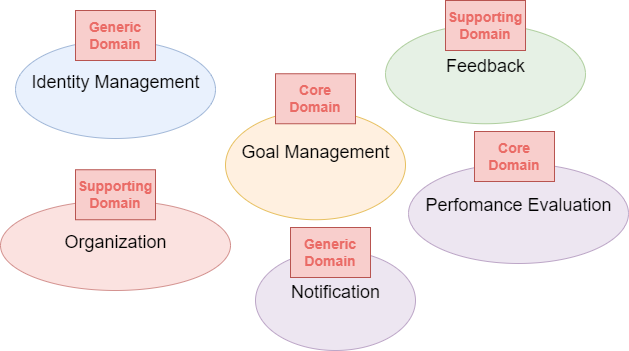
Earlier version of the draw.io export ddd/goal-management-system/docs/StrategicDesign.png (DTVegaArchChapter/Architecture). Source tidied: cells renumbered, new cells last; positions are measured from the earlier drawing's top-left corner, leaving out a move shared by most shapes. The source it was exported from:
```xml
<mxGraphModel>
  <root>
    <mxCell id="0" />
    <mxCell id="1" parent="0" />
    <mxCell id="2" value="Goal Management" style="ellipse;fillColor=#ffe6cc;opacity=60;strokeColor=#d79b00;html=1;fontSize=18;verticalAlign=top;spacingTop=25;" parent="1" vertex="1">
      <mxGeometry x="225" y="110" width="180" height="109.2" as="geometry" />
    </mxCell>
    <mxCell id="3" value="&lt;font style=&quot;font-size: 18px;&quot;&gt;Identity Management&lt;/font&gt;" style="ellipse;fillColor=#dae8fc;opacity=60;strokeColor=#6c8ebf;html=1;verticalAlign=top;spacingTop=25;" parent="1" vertex="1">
      <mxGeometry x="15" y="40" width="200" height="98" as="geometry" />
    </mxCell>
    <mxCell id="4" value="&lt;font style=&quot;font-size: 18px;&quot;&gt;Organization&lt;/font&gt;" style="ellipse;fillColor=#f8cecc;opacity=60;strokeColor=#b85450;html=1;verticalAlign=top;spacingTop=25;" parent="1" vertex="1">
      <mxGeometry y="200" width="230" height="90" as="geometry" />
    </mxCell>
    <mxCell id="5" value="Feedback" style="ellipse;fillColor=#d5e8d4;opacity=60;strokeColor=#82b366;html=1;fontSize=18;verticalAlign=top;spacingTop=25;" parent="1" vertex="1">
      <mxGeometry x="385" y="24" width="200" height="99.2" as="geometry" />
    </mxCell>
    <mxCell id="6" value="Perfomance Evaluation" style="ellipse;fillColor=#e1d5e7;opacity=60;strokeColor=#9673a6;html=1;fontSize=18;verticalAlign=top;spacingTop=25;" parent="1" vertex="1">
      <mxGeometry x="408" y="163" width="220" height="100" as="geometry" />
    </mxCell>
    <mxCell id="7" value="Notification" style="ellipse;fillColor=#e1d5e7;opacity=60;strokeColor=#9673a6;html=1;fontSize=18;verticalAlign=top;spacingTop=25;" parent="1" vertex="1">
      <mxGeometry x="255" y="250" width="160" height="100" as="geometry" />
    </mxCell>
    <mxCell id="8" value="Generic Domain" style="text;html=1;strokeColor=#b85450;fillColor=#f8cecc;align=center;verticalAlign=middle;whiteSpace=wrap;rounded=0;fontStyle=1;fontColor=#EA6B66;fontSize=14;" parent="1" vertex="1">
      <mxGeometry x="75" y="10" width="80" height="50" as="geometry" />
    </mxCell>
    <mxCell id="9" value="Generic Domain" style="text;html=1;strokeColor=#b85450;fillColor=#f8cecc;align=center;verticalAlign=middle;whiteSpace=wrap;rounded=0;fontStyle=1;fontColor=#EA6B66;fontSize=14;" parent="1" vertex="1">
      <mxGeometry x="290" y="227" width="80" height="50" as="geometry" />
    </mxCell>
    <mxCell id="10" value="Supporting Domain" style="text;html=1;strokeColor=#b85450;fillColor=#f8cecc;align=center;verticalAlign=middle;whiteSpace=wrap;rounded=0;fontStyle=1;fontColor=#EA6B66;fontSize=14;" parent="1" vertex="1">
      <mxGeometry x="75" y="169.2" width="80" height="50" as="geometry" />
    </mxCell>
    <mxCell id="11" value="Supporting Domain" style="text;html=1;strokeColor=#b85450;fillColor=#f8cecc;align=center;verticalAlign=middle;whiteSpace=wrap;rounded=0;fontStyle=1;fontColor=#EA6B66;fontSize=14;" parent="1" vertex="1">
      <mxGeometry x="445" width="80" height="50" as="geometry" />
    </mxCell>
    <mxCell id="12" value="Core Domain" style="text;html=1;strokeColor=#b85450;fillColor=#f8cecc;align=center;verticalAlign=middle;whiteSpace=wrap;rounded=0;fontStyle=1;fontColor=#EA6B66;fontSize=14;" parent="1" vertex="1">
      <mxGeometry x="275" y="73.2" width="80" height="50" as="geometry" />
    </mxCell>
    <mxCell id="13" value="Core Domain" style="text;html=1;strokeColor=#b85450;fillColor=#f8cecc;align=center;verticalAlign=middle;whiteSpace=wrap;rounded=0;fontStyle=1;fontColor=#EA6B66;fontSize=14;" parent="1" vertex="1">
      <mxGeometry x="474" y="131" width="80" height="50" as="geometry" />
    </mxCell>
  </root>
</mxGraphModel>
```
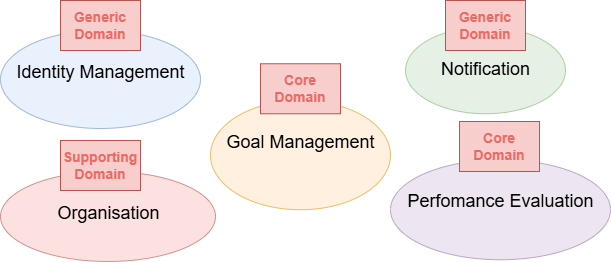
After the change.

Commit message:
docs: :memo: update README to remove feedback section

* Removed the feedback section as it is not the main focus of the Goal Management application.
* Clarified the role of notifications within the system.
* Updated strategic design and organization class diagrams.

The edit, as a diff of the source:
```diff
@@ -8,30 +8,24 @@
     <mxCell id="3" value="&lt;font style=&quot;font-size: 18px;&quot;&gt;Identity Management&lt;/font&gt;" style="ellipse;fillColor=#dae8fc;opacity=60;strokeColor=#6c8ebf;html=1;verticalAlign=top;spacingTop=25;" parent="1" vertex="1">
       <mxGeometry x="15" y="40" width="200" height="98" as="geometry" />
     </mxCell>
-    <mxCell id="4" value="&lt;font style=&quot;font-size: 18px;&quot;&gt;Organization&lt;/font&gt;" style="ellipse;fillColor=#f8cecc;opacity=60;strokeColor=#b85450;html=1;verticalAlign=top;spacingTop=25;" parent="1" vertex="1">
-      <mxGeometry y="200" width="230" height="90" as="geometry" />
+    <mxCell id="4" value="&lt;font style=&quot;font-size: 18px;&quot;&gt;Organisation&lt;/font&gt;" style="ellipse;fillColor=#f8cecc;opacity=60;strokeColor=#b85450;html=1;verticalAlign=top;spacingTop=25;" parent="1" vertex="1">
+      <mxGeometry x="15" y="181" width="215" height="90" as="geometry" />
     </mxCell>
-    <mxCell id="5" value="Feedback" style="ellipse;fillColor=#d5e8d4;opacity=60;strokeColor=#82b366;html=1;fontSize=18;verticalAlign=top;spacingTop=25;" parent="1" vertex="1">
-      <mxGeometry x="385" y="24" width="200" height="99.2" as="geometry" />
-    </mxCell>
     <mxCell id="6" value="Perfomance Evaluation" style="ellipse;fillColor=#e1d5e7;opacity=60;strokeColor=#9673a6;html=1;fontSize=18;verticalAlign=top;spacingTop=25;" parent="1" vertex="1">
-      <mxGeometry x="408" y="163" width="220" height="100" as="geometry" />
+      <mxGeometry x="405" y="169.2" width="220" height="100" as="geometry" />
     </mxCell>
-    <mxCell id="7" value="Notification" style="ellipse;fillColor=#e1d5e7;opacity=60;strokeColor=#9673a6;html=1;fontSize=18;verticalAlign=top;spacingTop=25;" parent="1" vertex="1">
-      <mxGeometry x="255" y="250" width="160" height="100" as="geometry" />
+    <mxCell id="7" value="Notification" style="ellipse;fillColor=#d5e8d4;opacity=60;strokeColor=#82b366;html=1;fontSize=18;verticalAlign=top;spacingTop=25;" parent="1" vertex="1">
+      <mxGeometry x="420" y="36.5" width="160" height="86.8" as="geometry" />
     </mxCell>
     <mxCell id="8" value="Generic Domain" style="text;html=1;strokeColor=#b85450;fillColor=#f8cecc;align=center;verticalAlign=middle;whiteSpace=wrap;rounded=0;fontStyle=1;fontColor=#EA6B66;fontSize=14;" parent="1" vertex="1">
       <mxGeometry x="75" y="10" width="80" height="50" as="geometry" />
     </mxCell>
     <mxCell id="9" value="Generic Domain" style="text;html=1;strokeColor=#b85450;fillColor=#f8cecc;align=center;verticalAlign=middle;whiteSpace=wrap;rounded=0;fontStyle=1;fontColor=#EA6B66;fontSize=14;" parent="1" vertex="1">
-      <mxGeometry x="290" y="227" width="80" height="50" as="geometry" />
+      <mxGeometry x="460" y="10" width="80" height="50" as="geometry" />
     </mxCell>
     <mxCell id="10" value="Supporting Domain" style="text;html=1;strokeColor=#b85450;fillColor=#f8cecc;align=center;verticalAlign=middle;whiteSpace=wrap;rounded=0;fontStyle=1;fontColor=#EA6B66;fontSize=14;" parent="1" vertex="1">
-      <mxGeometry x="75" y="169.2" width="80" height="50" as="geometry" />
+      <mxGeometry x="75" y="150" width="80" height="50" as="geometry" />
     </mxCell>
-    <mxCell id="11" value="Supporting Domain" style="text;html=1;strokeColor=#b85450;fillColor=#f8cecc;align=center;verticalAlign=middle;whiteSpace=wrap;rounded=0;fontStyle=1;fontColor=#EA6B66;fontSize=14;" parent="1" vertex="1">
-      <mxGeometry x="445" width="80" height="50" as="geometry" />
-    </mxCell>
     <mxCell id="12" value="Core Domain" style="text;html=1;strokeColor=#b85450;fillColor=#f8cecc;align=center;verticalAlign=middle;whiteSpace=wrap;rounded=0;fontStyle=1;fontColor=#EA6B66;fontSize=14;" parent="1" vertex="1">
       <mxGeometry x="275" y="73.2" width="80" height="50" as="geometry" />
     </mxCell>
```
